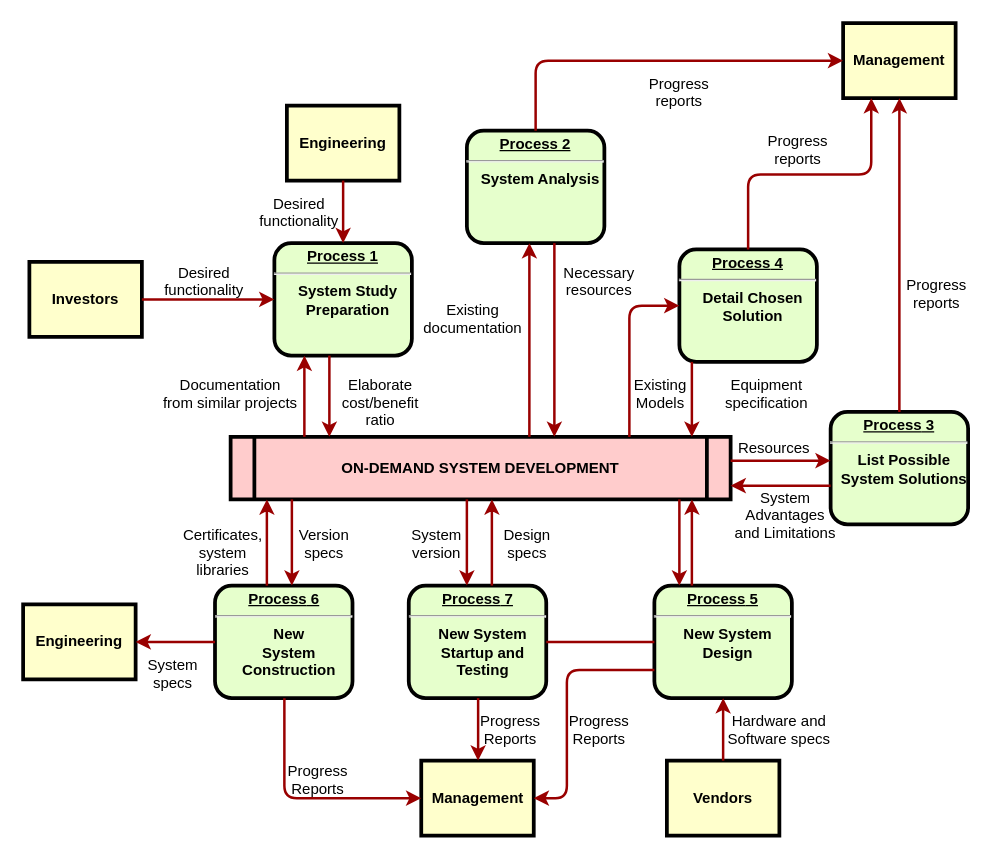
The draw.io diagram Genius解析引擎.drawio in publisherfk/diagrams, before the edit. Source tidied: cells renumbered, new cells numbered last; positions are measured from the earlier drawing's top-left corner, leaving out a move shared by most shapes. Both pictures are drawn from the tidied source at 125%, with x=0, y=0 at pixel (22, 22).
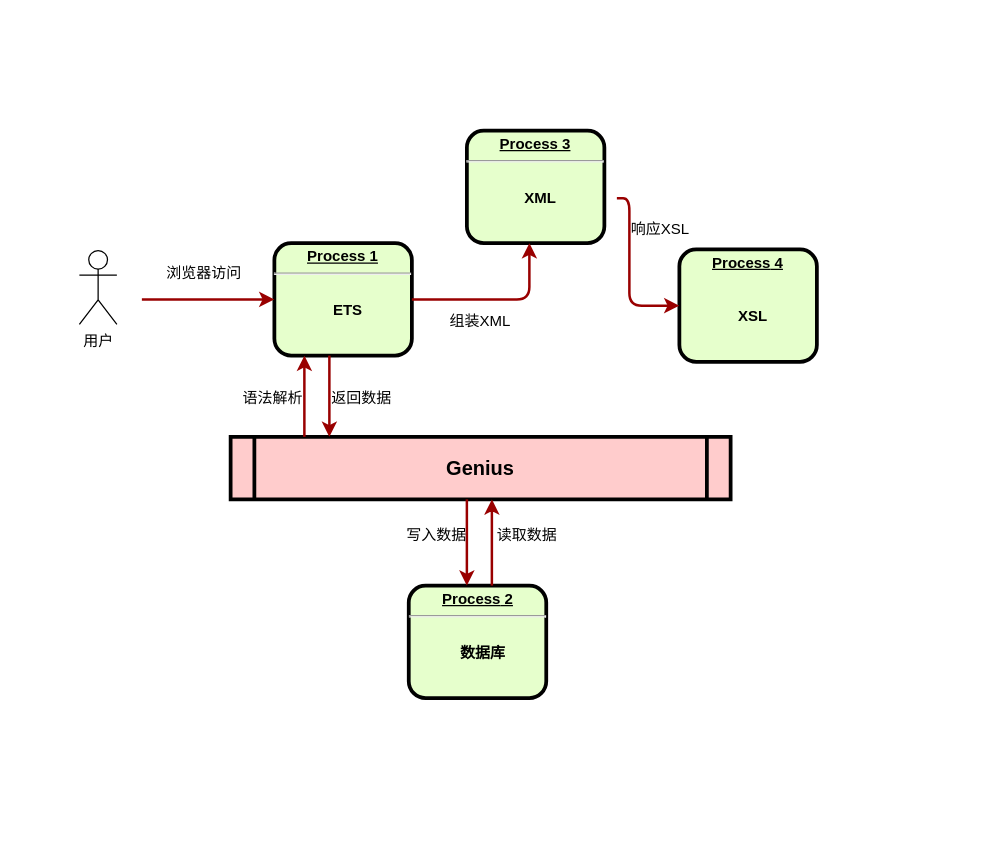
Above is the later version.

Commit message (it also covers changes not shown here):
更新Genius解析引擎.drawio

Diff of the diagram source:
```diff
@@
-    <mxCell id="2" value="&lt;p style=&quot;margin: 0px; margin-top: 4px; text-align: center; text-decoration: underline;&quot;&gt;&lt;strong&gt;Process 1&lt;br /&gt;&lt;/strong&gt;&lt;/p&gt;&lt;hr /&gt;&lt;p style=&quot;margin: 0px; margin-left: 8px;&quot;&gt;System Study&lt;/p&gt;&lt;p style=&quot;margin: 0px; margin-left: 8px;&quot;&gt;Preparation&lt;/p&gt;" style="verticalAlign=middle;align=center;overflow=fill;fontSize=12;fontFamily=Helvetica;html=1;rounded=1;fontStyle=1;strokeWidth=3;fillColor=#E6FFCC;" parent="1" vertex="1">
+    <mxCell id="2" value="&lt;p style=&quot;margin: 0px; margin-top: 4px; text-align: center; text-decoration: underline;&quot;&gt;&lt;strong&gt;Process 1&lt;br&gt;&lt;/strong&gt;&lt;/p&gt;&lt;hr&gt;&lt;p style=&quot;margin: 0px; margin-left: 8px;&quot;&gt;&lt;br&gt;&lt;/p&gt;&lt;p style=&quot;margin: 0px; margin-left: 8px;&quot;&gt;ETS&lt;/p&gt;" style="verticalAlign=middle;align=center;overflow=fill;fontSize=12;fontFamily=Helvetica;html=1;rounded=1;fontStyle=1;strokeWidth=3;fillColor=#E6FFCC;" parent="1" vertex="1">
       <mxGeometry x="201" y="176" width="110" height="90" as="geometry" />
     </mxCell>
-    <mxCell id="3" value="Engineering" style="whiteSpace=wrap;align=center;verticalAlign=middle;fontStyle=1;strokeWidth=3;fillColor=#FFFFCC;" parent="1" vertex="1">
-      <mxGeometry x="211" y="66" width="90" height="60" as="geometry" />
-    </mxCell>
-    <mxCell id="4" value="Investors" style="whiteSpace=wrap;align=center;verticalAlign=middle;fontStyle=1;strokeWidth=3;fillColor=#FFFFCC;" parent="1" vertex="1">
-      <mxGeometry x="5" y="191" width="90" height="60" as="geometry" />
-    </mxCell>
-    <mxCell id="5" value="ON-DEMAND SYSTEM DEVELOPMENT" style="shape=process;whiteSpace=wrap;align=center;verticalAlign=middle;size=0.0475;fontStyle=1;strokeWidth=3;fillColor=#FFCCCC;" parent="1" vertex="1">
+    <mxCell id="5" value="Genius" style="shape=process;whiteSpace=wrap;align=center;verticalAlign=middle;size=0.0475;fontStyle=1;strokeWidth=3;fillColor=#FFCCCC;fontSize=16;" parent="1" vertex="1">
       <mxGeometry x="166" y="331" width="400" height="50" as="geometry" />
     </mxCell>
-    <mxCell id="6" value="&lt;p style=&quot;margin: 0px; margin-top: 4px; text-align: center; text-decoration: underline;&quot;&gt;&lt;strong&gt;Process 2&lt;br /&gt;&lt;/strong&gt;&lt;/p&gt;&lt;hr /&gt;&lt;p style=&quot;margin: 0px; margin-left: 8px;&quot;&gt;System Analysis&lt;/p&gt;" style="verticalAlign=middle;align=center;overflow=fill;fontSize=12;fontFamily=Helvetica;html=1;rounded=1;fontStyle=1;strokeWidth=3;fillColor=#E6FFCC;" parent="1" vertex="1">
+    <mxCell id="6" value="&lt;p style=&quot;margin: 0px; margin-top: 4px; text-align: center; text-decoration: underline;&quot;&gt;&lt;strong&gt;Process 3&lt;br&gt;&lt;/strong&gt;&lt;/p&gt;&lt;hr&gt;&lt;p style=&quot;margin: 0px; margin-left: 8px;&quot;&gt;&lt;br&gt;&lt;/p&gt;&lt;p style=&quot;margin: 0px; margin-left: 8px;&quot;&gt;XML&lt;/p&gt;" style="verticalAlign=middle;align=center;overflow=fill;fontSize=12;fontFamily=Helvetica;html=1;rounded=1;fontStyle=1;strokeWidth=3;fillColor=#E6FFCC;" parent="1" vertex="1">
       <mxGeometry x="355" y="86" width="110" height="90" as="geometry" />
     </mxCell>
-    <mxCell id="7" value="&lt;p style=&quot;margin: 0px; margin-top: 4px; text-align: center; text-decoration: underline;&quot;&gt;&lt;strong&gt;&lt;strong&gt;Process&lt;/strong&gt; 3&lt;br /&gt;&lt;/strong&gt;&lt;/p&gt;&lt;hr /&gt;&lt;p style=&quot;margin: 0px; margin-left: 8px;&quot;&gt;List Possible&lt;/p&gt;&lt;p style=&quot;margin: 0px; margin-left: 8px;&quot;&gt;System Solutions&lt;/p&gt;" style="verticalAlign=middle;align=center;overflow=fill;fontSize=12;fontFamily=Helvetica;html=1;rounded=1;fontStyle=1;strokeWidth=3;fillColor=#E6FFCC;" parent="1" vertex="1">
-      <mxGeometry x="646" y="311" width="110" height="90" as="geometry" />
-    </mxCell>
-    <mxCell id="8" value="&lt;p style=&quot;margin: 0px; margin-top: 4px; text-align: center; text-decoration: underline;&quot;&gt;&lt;strong&gt;&lt;strong&gt;Process&lt;/strong&gt; 4&lt;br /&gt;&lt;/strong&gt;&lt;/p&gt;&lt;hr /&gt;&lt;p style=&quot;margin: 0px; margin-left: 8px;&quot;&gt;Detail Chosen&lt;/p&gt;&lt;p style=&quot;margin: 0px; margin-left: 8px;&quot;&gt;Solution&lt;/p&gt;" style="verticalAlign=middle;align=center;overflow=fill;fontSize=12;fontFamily=Helvetica;html=1;rounded=1;fontStyle=1;strokeWidth=3;fillColor=#E6FFCC;" parent="1" vertex="1">
+    <mxCell id="8" value="&lt;p style=&quot;margin: 0px; margin-top: 4px; text-align: center; text-decoration: underline;&quot;&gt;&lt;strong&gt;&lt;strong&gt;Process&lt;/strong&gt; 4&lt;br&gt;&lt;/strong&gt;&lt;/p&gt;&lt;p style=&quot;margin: 0px; margin-left: 8px;&quot;&gt;&lt;br&gt;&lt;/p&gt;&lt;p style=&quot;margin: 0px; margin-left: 8px;&quot;&gt;&lt;br&gt;&lt;/p&gt;&lt;p style=&quot;margin: 0px; margin-left: 8px;&quot;&gt;XSL&lt;/p&gt;" style="verticalAlign=middle;align=center;overflow=fill;fontSize=12;fontFamily=Helvetica;html=1;rounded=1;fontStyle=1;strokeWidth=3;fillColor=#E6FFCC;" parent="1" vertex="1">
       <mxGeometry x="525" y="181" width="110" height="90" as="geometry" />
     </mxCell>
-    <mxCell id="9" value="&lt;p style=&quot;margin: 0px; margin-top: 4px; text-align: center; text-decoration: underline;&quot;&gt;&lt;strong&gt;&lt;strong&gt;Process&lt;/strong&gt; 5&lt;br /&gt;&lt;/strong&gt;&lt;/p&gt;&lt;hr /&gt;&lt;p style=&quot;margin: 0px; margin-left: 8px;&quot;&gt;New System&lt;/p&gt;&lt;p style=&quot;margin: 0px; margin-left: 8px;&quot;&gt;Design&lt;/p&gt;" style="verticalAlign=middle;align=center;overflow=fill;fontSize=12;fontFamily=Helvetica;html=1;rounded=1;fontStyle=1;strokeWidth=3;fillColor=#E6FFCC;" parent="1" vertex="1">
-      <mxGeometry x="505" y="450" width="110" height="90" as="geometry" />
-    </mxCell>
-    <mxCell id="10" value="&lt;p style=&quot;margin: 0px; margin-top: 4px; text-align: center; text-decoration: underline;&quot;&gt;&lt;strong&gt;&lt;strong&gt;Process&lt;/strong&gt; 6&lt;br /&gt;&lt;/strong&gt;&lt;/p&gt;&lt;hr /&gt;&lt;p style=&quot;margin: 0px; margin-left: 8px;&quot;&gt;New&lt;/p&gt;&lt;p style=&quot;margin: 0px; margin-left: 8px;&quot;&gt;System&lt;/p&gt;&lt;p style=&quot;margin: 0px; margin-left: 8px;&quot;&gt;Construction&lt;/p&gt;" style="verticalAlign=middle;align=center;overflow=fill;fontSize=12;fontFamily=Helvetica;html=1;rounded=1;fontStyle=1;strokeWidth=3;fillColor=#E6FFCC;" parent="1" vertex="1">
-      <mxGeometry x="153.5" y="450" width="110" height="90" as="geometry" />
-    </mxCell>
-    <mxCell id="11" value="Management" style="whiteSpace=wrap;align=center;verticalAlign=middle;fontStyle=1;strokeWidth=3;fillColor=#FFFFCC;" parent="1" vertex="1">
-      <mxGeometry x="656" width="90" height="60" as="geometry" />
-    </mxCell>
-    <mxCell id="12" value="Management" style="whiteSpace=wrap;align=center;verticalAlign=middle;fontStyle=1;strokeWidth=3;fillColor=#FFFFCC;" parent="1" vertex="1">
-      <mxGeometry x="318.5" y="590" width="90" height="60" as="geometry" />
-    </mxCell>
-    <mxCell id="13" value="Engineering" style="whiteSpace=wrap;align=center;verticalAlign=middle;fontStyle=1;strokeWidth=3;fillColor=#FFFFCC;" parent="1" vertex="1">
-      <mxGeometry y="465" width="90" height="60" as="geometry" />
-    </mxCell>
-    <mxCell id="14" value="Vendors" style="whiteSpace=wrap;align=center;verticalAlign=middle;fontStyle=1;strokeWidth=3;fillColor=#FFFFCC;" parent="1" vertex="1">
-      <mxGeometry x="515" y="590" width="90" height="60" as="geometry" />
-    </mxCell>
-    <mxCell id="15" style="edgeStyle=none;noEdgeStyle=1;strokeColor=#990000;strokeWidth=2;" parent="1" edge="1" source="3" target="2">
-      <mxGeometry relative="1" as="geometry" />
-    </mxCell>
-    <mxCell id="16" style="edgeStyle=none;noEdgeStyle=1;strokeColor=#990000;strokeWidth=2;" parent="1" edge="1" source="4" target="2">
-      <mxGeometry relative="1" as="geometry" />
+    <mxCell id="16" style="edgeStyle=none;noEdgeStyle=1;strokeColor=#990000;strokeWidth=2;" parent="1" edge="1" target="2">
+      <mxGeometry relative="1" as="geometry">
+        <mxPoint x="95" y="221" as="sourcePoint" />
+      </mxGeometry>
     </mxCell>
-    <mxCell id="17" value="&lt;p style=&quot;margin: 0px; margin-top: 4px; text-align: center; text-decoration: underline;&quot;&gt;&lt;strong&gt;&lt;strong&gt;Process&lt;/strong&gt; 7&lt;br /&gt;&lt;/strong&gt;&lt;/p&gt;&lt;hr /&gt;&lt;p style=&quot;margin: 0px; margin-left: 8px;&quot;&gt;New System&lt;/p&gt;&lt;p style=&quot;margin: 0px; margin-left: 8px;&quot;&gt;Startup and&lt;/p&gt;&lt;p style=&quot;margin: 0px; margin-left: 8px;&quot;&gt;Testing&lt;/p&gt;" style="verticalAlign=middle;align=center;overflow=fill;fontSize=12;fontFamily=Helvetica;html=1;rounded=1;fontStyle=1;strokeWidth=3;fillColor=#E6FFCC;" parent="1" vertex="1">
+    <mxCell id="17" value="&lt;p style=&quot;margin: 0px; margin-top: 4px; text-align: center; text-decoration: underline;&quot;&gt;&lt;strong&gt;&lt;strong&gt;Process&lt;/strong&gt;&amp;nbsp;2&lt;br&gt;&lt;/strong&gt;&lt;/p&gt;&lt;hr&gt;&lt;p style=&quot;margin: 0px; margin-left: 8px;&quot;&gt;&lt;br&gt;&lt;/p&gt;&lt;p style=&quot;margin: 0px; margin-left: 8px;&quot;&gt;数据库&lt;/p&gt;" style="verticalAlign=middle;align=center;overflow=fill;fontSize=12;fontFamily=Helvetica;html=1;rounded=1;fontStyle=1;strokeWidth=3;fillColor=#E6FFCC;" parent="1" vertex="1">
       <mxGeometry x="308.5" y="450" width="110" height="90" as="geometry" />
     </mxCell>
-    <mxCell id="18" style="endArrow=none;noEdgeStyle=1;strokeColor=#990000;strokeWidth=2;" parent="1" edge="1" source="9" target="17">
-      <mxGeometry relative="1" as="geometry" />
-    </mxCell>
-    <mxCell id="19" value="Desired &#10;functionality" style="text;spacingTop=-5;align=center;" parent="1" vertex="1">
+    <mxCell id="19" value="浏览器访问" style="text;spacingTop=-5;align=center;" parent="1" vertex="1">
       <mxGeometry x="130" y="191" width="30" height="20" as="geometry" />
     </mxCell>
-    <mxCell id="20" value="Desired &#10;functionality" style="text;spacingTop=-5;align=center;" parent="1" vertex="1">
-      <mxGeometry x="206" y="136" width="30" height="20" as="geometry" />
-    </mxCell>
-    <mxCell id="21" value="Documentation&#10;from similar projects" style="text;spacingTop=-5;align=center;" parent="1" vertex="1">
-      <mxGeometry x="151" y="281" width="30" height="20" as="geometry" />
-    </mxCell>
@@
-    <mxCell id="24" value="Elaborate&#10;cost/benefit&#10;ratio" style="text;spacingTop=-5;align=center;" parent="1" vertex="1">
-      <mxGeometry x="271" y="281" width="30" height="20" as="geometry" />
+    <mxCell id="24" value="语法解析" style="text;spacingTop=-5;align=center;" parent="1" vertex="1">
+      <mxGeometry x="185" y="291" width="30" height="20" as="geometry" />
     </mxCell>
-    <mxCell id="25" style="edgeStyle=elbowEdgeStyle;elbow=horizontal;strokeColor=#990000;strokeWidth=2;" parent="1" edge="1" source="5" target="6">
+    <mxCell id="25" style="edgeStyle=elbowEdgeStyle;elbow=horizontal;strokeColor=#990000;strokeWidth=2;exitX=1;exitY=0.5;exitDx=0;exitDy=0;" parent="1" edge="1" source="2" target="6">
       <mxGeometry relative="1" as="geometry">
         <Array as="points">
           <mxPoint x="405" y="250" />
         </Array>
       </mxGeometry>
     </mxCell>
-    <mxCell id="26" style="edgeStyle=elbowEdgeStyle;elbow=horizontal;strokeColor=#990000;strokeWidth=2;" parent="1" edge="1" source="6" target="5">
-      <mxGeometry relative="1" as="geometry">
-        <Array as="points">
-          <mxPoint x="425" y="260" />
-        </Array>
-      </mxGeometry>
-    </mxCell>
-    <mxCell id="27" value="Existing&#10;documentation" style="text;spacingTop=-5;align=center;" parent="1" vertex="1">
-      <mxGeometry x="345" y="221" width="30" height="20" as="geometry" />
-    </mxCell>
-    <mxCell id="28" value="Necessary&#10;resources" style="text;spacingTop=-5;align=center;" parent="1" vertex="1">
-      <mxGeometry x="446" y="191" width="30" height="20" as="geometry" />
-    </mxCell>
-    <mxCell id="29" value="Progress&#10;reports" style="text;spacingTop=-5;align=center;" parent="1" vertex="1">
-      <mxGeometry x="510" y="40" width="30" height="20" as="geometry" />
+    <mxCell id="29" value="组装XML" style="text;spacingTop=-5;align=center;" parent="1" vertex="1">
+      <mxGeometry x="351" y="230" width="30" height="20" as="geometry" />
     </mxCell>
-    <mxCell id="30" value="Progress&#10;reports" style="text;spacingTop=-5;align=center;" parent="1" vertex="1">
-      <mxGeometry x="605" y="86" width="30" height="20" as="geometry" />
-    </mxCell>
-    <mxCell id="31" value="Progress&#10;reports" style="text;spacingTop=-5;align=center;" parent="1" vertex="1">
-      <mxGeometry x="716" y="201" width="30" height="20" as="geometry" />
-    </mxCell>
-    <mxCell id="32" style="edgeStyle=elbowEdgeStyle;elbow=horizontal;strokeColor=#990000;strokeWidth=2;" parent="1" edge="1" source="6" target="11">
-      <mxGeometry relative="1" as="geometry">
-        <Array as="points">
-          <mxPoint x="410" y="80" />
-        </Array>
-      </mxGeometry>
-    </mxCell>
-    <mxCell id="33" style="edgeStyle=elbowEdgeStyle;elbow=vertical;entryX=0.25;entryY=1;strokeColor=#990000;strokeWidth=2;" parent="1" edge="1" source="8" target="11">
-      <mxGeometry relative="1" as="geometry" />
-    </mxCell>
-    <mxCell id="34" style="edgeStyle=elbowEdgeStyle;elbow=horizontal;strokeColor=#990000;strokeWidth=2;" parent="1" edge="1" source="7" target="11">
-      <mxGeometry relative="1" as="geometry" />
-    </mxCell>
-    <mxCell id="35" style="edgeStyle=elbowEdgeStyle;elbow=horizontal;strokeColor=#990000;strokeWidth=2;" parent="1" edge="1" source="8" target="5">
-      <mxGeometry relative="1" as="geometry">
-        <Array as="points">
-          <mxPoint x="535" y="300" />
-        </Array>
-      </mxGeometry>
-    </mxCell>
-    <mxCell id="36" style="edgeStyle=segmentEdgeStyle;strokeColor=#990000;strokeWidth=2;" parent="1" edge="1" source="5" target="8">
+    <mxCell id="36" style="edgeStyle=segmentEdgeStyle;strokeColor=#990000;strokeWidth=2;" parent="1" edge="1" target="8">
       <mxGeometry relative="1" as="geometry">
+        <mxPoint x="475" y="140" as="sourcePoint" />
         <Array as="points">
           <mxPoint x="485" y="226" />
         </Array>
       </mxGeometry>
     </mxCell>
-    <mxCell id="37" value="Existing&#10;Models" style="text;spacingTop=-5;align=center;" parent="1" vertex="1">
-      <mxGeometry x="495" y="281" width="30" height="20" as="geometry" />
+    <mxCell id="37" value="响应XSL" style="text;spacingTop=-5;align=center;" parent="1" vertex="1">
+      <mxGeometry x="495" y="156" width="30" height="20" as="geometry" />
     </mxCell>
-    <mxCell id="38" value="Equipment&#10;specification" style="text;spacingTop=-5;align=center;" parent="1" vertex="1">
-      <mxGeometry x="580" y="281" width="30" height="20" as="geometry" />
-    </mxCell>
-    <mxCell id="39" style="edgeStyle=elbowEdgeStyle;elbow=vertical;strokeColor=#990000;strokeWidth=2;" parent="1" edge="1" source="5" target="7">
-      <mxGeometry relative="1" as="geometry">
-        <Array as="points">
-          <mxPoint x="615" y="350" />
-        </Array>
-      </mxGeometry>
-    </mxCell>
-    <mxCell id="40" style="edgeStyle=elbowEdgeStyle;elbow=vertical;strokeColor=#990000;strokeWidth=2;" parent="1" edge="1" source="7" target="5">
-      <mxGeometry relative="1" as="geometry">
-        <Array as="points">
-          <mxPoint x="615" y="370" />
-        </Array>
-      </mxGeometry>
-    </mxCell>
-    <mxCell id="41" value="Resources" style="text;spacingTop=-5;align=center;" parent="1" vertex="1">
-      <mxGeometry x="586" y="331" width="30" height="20" as="geometry" />
-    </mxCell>
-    <mxCell id="42" value="System &#10;Advantages &#10;and Limitations" style="text;spacingTop=-5;align=center;" parent="1" vertex="1">
-      <mxGeometry x="595" y="371" width="30" height="20" as="geometry" />
-    </mxCell>
-    <mxCell id="43" style="edgeStyle=elbowEdgeStyle;elbow=horizontal;strokeColor=#990000;strokeWidth=2;" parent="1" edge="1" source="9" target="5">
-      <mxGeometry relative="1" as="geometry">
-        <Array as="points">
-          <mxPoint x="535" y="410" />
-        </Array>
-      </mxGeometry>
-    </mxCell>
-    <mxCell id="44" style="edgeStyle=elbowEdgeStyle;elbow=horizontal;strokeColor=#990000;strokeWidth=2;" parent="1" edge="1" source="5" target="9">
-      <mxGeometry relative="1" as="geometry">
-        <Array as="points">
-          <mxPoint x="525" y="420" />
-        </Array>
-      </mxGeometry>
-    </mxCell>
-    <mxCell id="45" style="edgeStyle=elbowEdgeStyle;elbow=horizontal;strokeColor=#990000;strokeWidth=2;" parent="1" edge="1" source="14" target="9">
-      <mxGeometry relative="1" as="geometry" />
-    </mxCell>
-    <mxCell id="46" value="Hardware and&#10;Software specs" style="text;spacingTop=-5;align=center;" parent="1" vertex="1">
-      <mxGeometry x="590" y="550" width="30" height="20" as="geometry" />
-    </mxCell>
-    <mxCell id="47" style="edgeStyle=elbowEdgeStyle;elbow=horizontal;exitX=0;exitY=0.75;strokeColor=#990000;strokeWidth=2;" parent="1" edge="1" source="9" target="12">
-      <mxGeometry relative="1" as="geometry">
-        <Array as="points">
-          <mxPoint x="435" y="570" />
-        </Array>
-      </mxGeometry>
-    </mxCell>
-    <mxCell id="48" value="Progress&#10;Reports" style="text;spacingTop=-5;align=center;" parent="1" vertex="1">
-      <mxGeometry x="446" y="550" width="30" height="20" as="geometry" />
-    </mxCell>
-    <mxCell id="49" style="edgeStyle=elbowEdgeStyle;elbow=horizontal;strokeColor=#990000;strokeWidth=2;" parent="1" edge="1" source="17" target="12">
-      <mxGeometry relative="1" as="geometry" />
-    </mxCell>
-    <mxCell id="50" value="Progress&#10;Reports" style="text;spacingTop=-5;align=center;" parent="1" vertex="1">
-      <mxGeometry x="375" y="550" width="30" height="20" as="geometry" />
-    </mxCell>
-    <mxCell id="51" style="edgeStyle=elbowEdgeStyle;elbow=horizontal;strokeColor=#990000;strokeWidth=2;" parent="1" edge="1" source="10" target="12">
-      <mxGeometry relative="1" as="geometry">
-        <Array as="points">
-          <mxPoint x="209" y="570" />
-        </Array>
-      </mxGeometry>
-    </mxCell>
-    <mxCell id="52" value="Progress&#10;Reports" style="text;spacingTop=-5;align=center;" parent="1" vertex="1">
-      <mxGeometry x="221" y="590" width="30" height="20" as="geometry" />
-    </mxCell>
-    <mxCell id="53" style="edgeStyle=elbowEdgeStyle;elbow=vertical;strokeColor=#990000;strokeWidth=2;" parent="1" edge="1" source="10" target="13">
-      <mxGeometry relative="1" as="geometry" />
-    </mxCell>
@@
-    <mxCell id="56" value="Version&#10;specs" style="text;spacingTop=-5;align=center;" parent="1" vertex="1">
-      <mxGeometry x="226" y="401" width="30" height="20" as="geometry" />
-    </mxCell>
-    <mxCell id="57" value="Certificates,&#10;system&#10;libraries" style="text;spacingTop=-5;align=center;" parent="1" vertex="1">
-      <mxGeometry x="145" y="401" width="30" height="20" as="geometry" />
-    </mxCell>
-    <mxCell id="58" style="edgeStyle=elbowEdgeStyle;elbow=horizontal;strokeColor=#990000;strokeWidth=2;" parent="1" edge="1" source="5" target="10">
-      <mxGeometry relative="1" as="geometry">
-        <Array as="points">
-          <mxPoint x="215" y="410" />
-        </Array>
-      </mxGeometry>
-    </mxCell>
-    <mxCell id="59" style="edgeStyle=elbowEdgeStyle;elbow=horizontal;strokeColor=#990000;strokeWidth=2;" parent="1" edge="1" source="10" target="5">
-      <mxGeometry relative="1" as="geometry">
-        <Array as="points">
-          <mxPoint x="195" y="410" />
-        </Array>
-      </mxGeometry>
-    </mxCell>
-    <mxCell id="60" value="System&#10;specs" style="text;spacingTop=-5;align=center;" parent="1" vertex="1">
-      <mxGeometry x="105" y="505" width="30" height="20" as="geometry" />
-    </mxCell>
-    <mxCell id="61" value="Design&#10;specs" style="text;spacingTop=-5;align=center;" parent="1" vertex="1">
+    <mxCell id="61" value="读取数据" style="text;spacingTop=-5;align=center;" parent="1" vertex="1">
       <mxGeometry x="388.5" y="401" width="30" height="20" as="geometry" />
     </mxCell>
-    <mxCell id="62" value="System&#10;version" style="text;spacingTop=-5;align=center;" parent="1" vertex="1">
+    <mxCell id="62" value="写入数据" style="text;spacingTop=-5;align=center;" parent="1" vertex="1">
       <mxGeometry x="316" y="401" width="30" height="20" as="geometry" />
     </mxCell>
+    <mxCell id="63" value="用户" style="shape=umlActor;verticalLabelPosition=bottom;verticalAlign=top;html=1;" parent="1" vertex="1">
+      <mxGeometry x="45" y="182" width="30" height="59" as="geometry" />
+    </mxCell>
+    <mxCell id="64" value="返回数据" style="text;spacingTop=-5;align=center;" parent="1" vertex="1">
+      <mxGeometry x="256" y="291" width="30" height="20" as="geometry" />
+    </mxCell>
```
